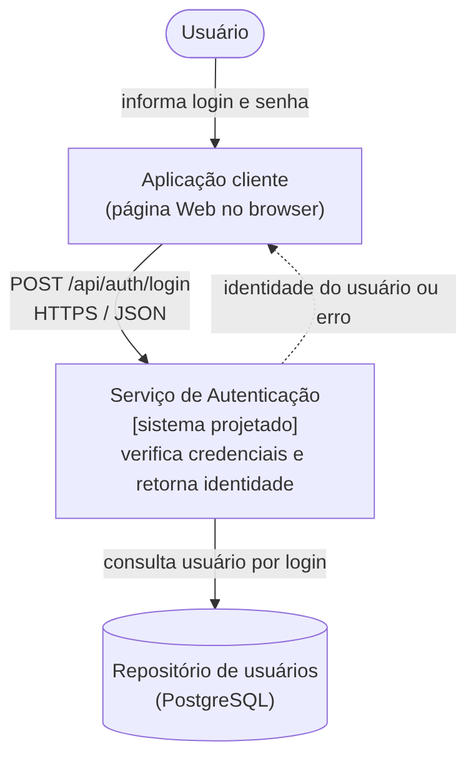
This is aps/diagramas/fig03-contexto.png from LucasRikelmi/aps-arquitetura, a Mermaid export, as it was before one commit. Its source is kept beside it as aps/diagramas/fig03-contexto.mmd. The source it was exported from:
```mermaid
flowchart TB
  U(["Usuário"])
  C["Aplicação cliente<br/>(página Web no browser)"]
  S["Serviço de Autenticação<br/>[sistema projetado]<br/>verifica credenciais e retorna identidade"]
  DB[("Repositório de usuários<br/>(PostgreSQL)")]
  U -- "informa login e senha" --> C
  C -- "POST /api/auth/login<br/>HTTPS / JSON" --> S
  S -- "consulta usuário por login" --> DB
  S -. "identidade do usuário ou erro" .-> C
```
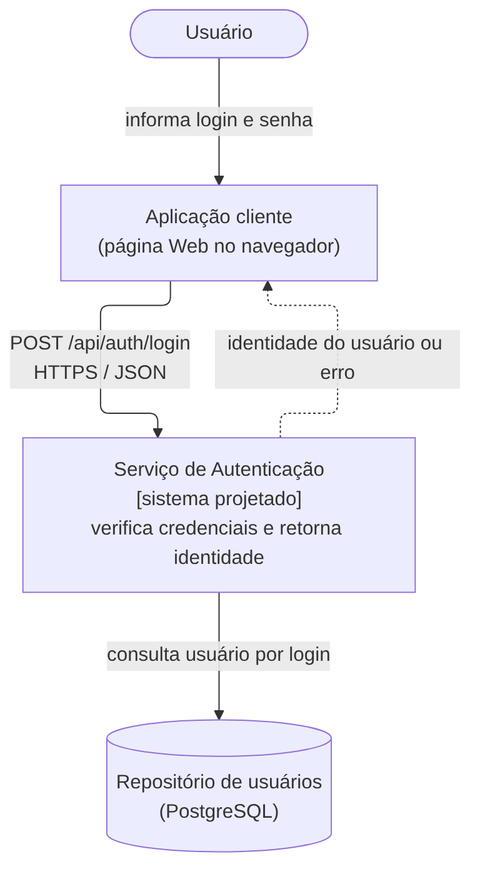
Later version of the same file.

Commit message:
[G7] navegador no lugar de browser nas Figuras 2, 3, 8 e 9 (D1)

The edit, as a diff of the source:
```diff
@@ -1,6 +1,6 @@
 flowchart TB
   U(["Usuário"])
-  C["Aplicação cliente<br/>(página Web no browser)"]
+  C["Aplicação cliente<br/>(página Web no navegador)"]
   S["Serviço de Autenticação<br/>[sistema projetado]<br/>verifica credenciais e retorna identidade"]
   DB[("Repositório de usuários<br/>(PostgreSQL)")]
   U -- "informa login e senha" --> C
```
